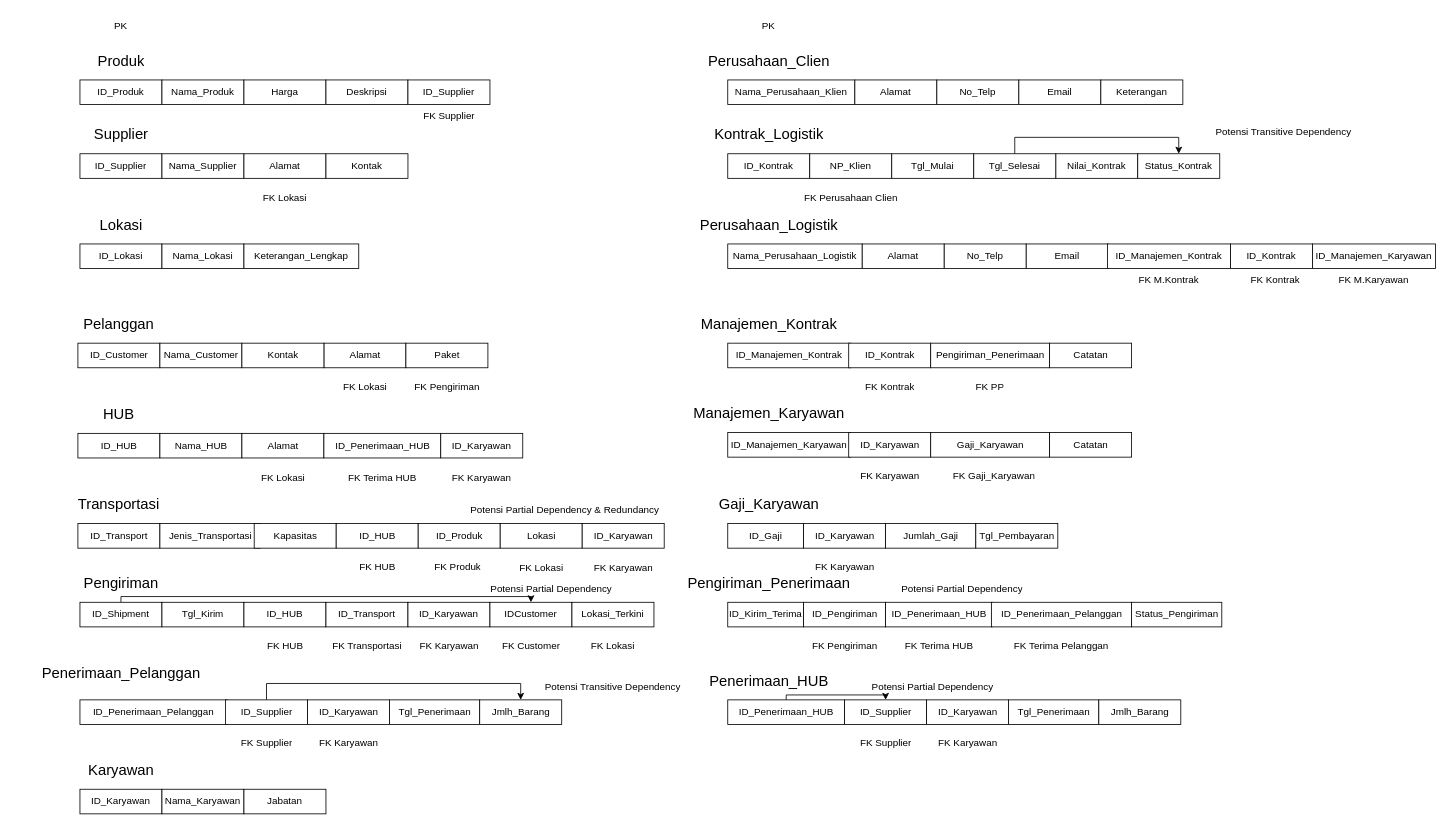
Earlier version of the draw.io diagram page "Schema Data Model" (2 of 11) of logistic-management-system.drawio (Firzh/semester-3). Source tidied: cells renumbered, new cells numbered last; positions are measured from the earlier drawing's top-left corner, leaving out a move shared by most shapes. Both pictures are drawn from the tidied source at 82%, with x=0, y=0 at pixel (14, 14).
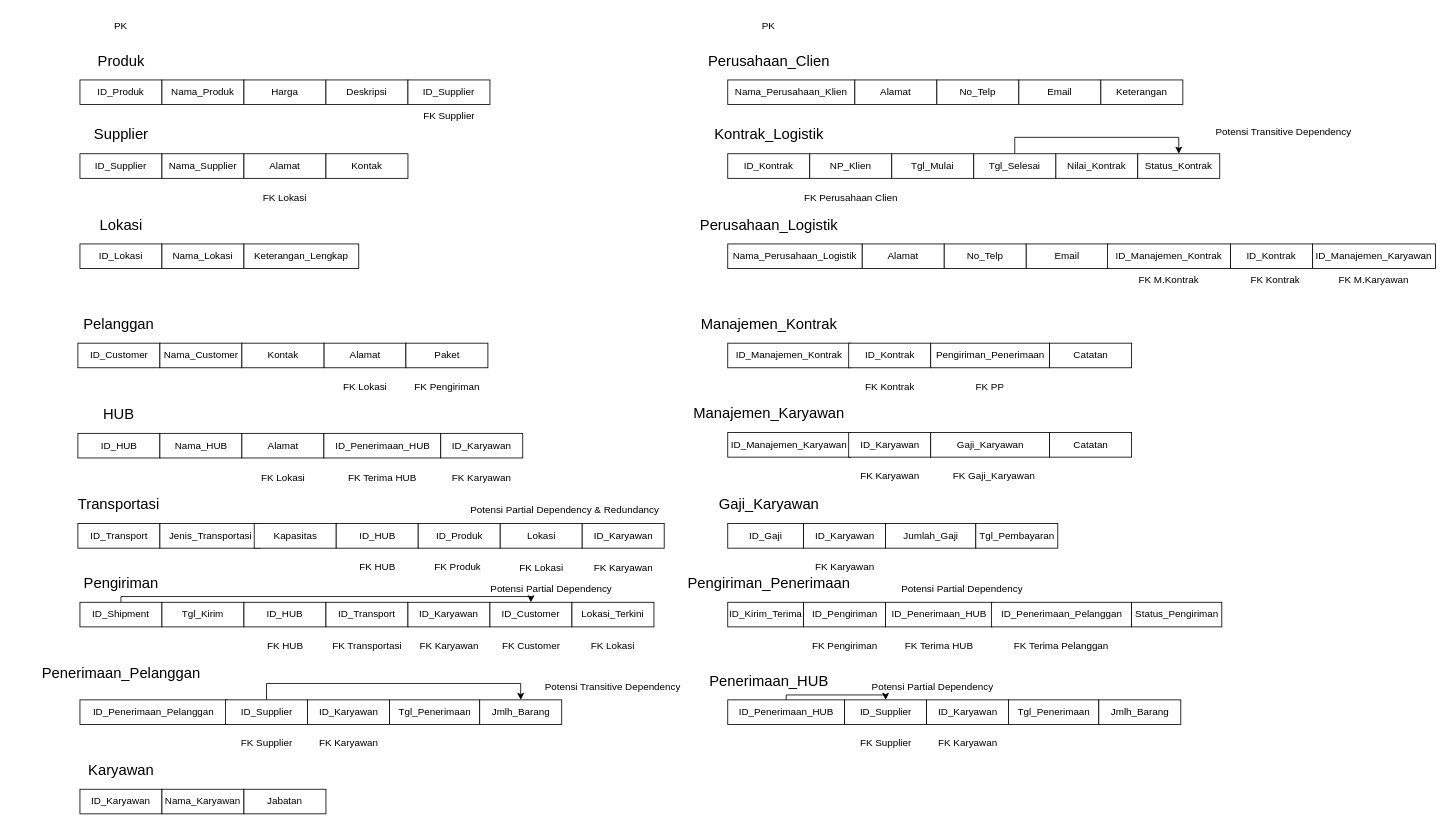
The same diagram, later.

The edit, as a diff of the source:
```diff
@@
-    <mxCell id="38" value="IDCustomer" style="whiteSpace=wrap;html=1;align=center;" parent="1" vertex="1">
+    <mxCell id="38" value="ID_Customer" style="whiteSpace=wrap;html=1;align=center;" parent="1" vertex="1">
       <mxGeometry x="580" y="717" width="100" height="30" as="geometry" />
     </mxCell>
```
